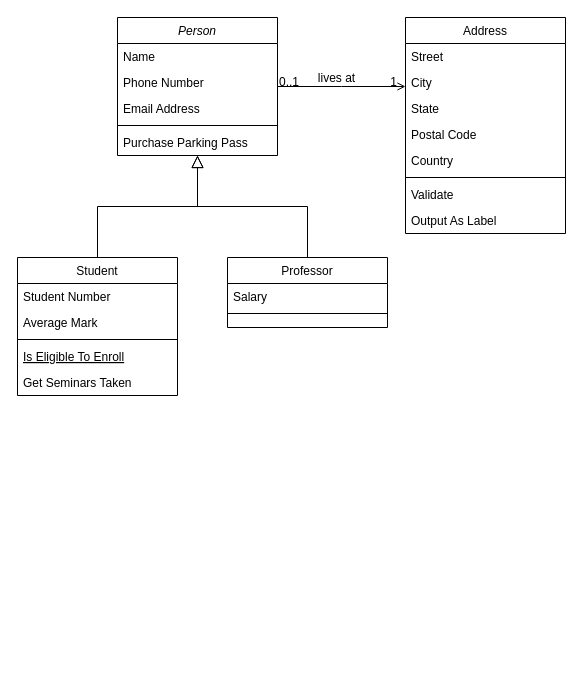
Above: royalrumbet.drawio in maneran/royal-rumbet (draw.io), before the change. Source tidied: cells renumbered, new cells numbered last; positions are measured from the earlier drawing's top-left corner, leaving out a move shared by most shapes. Both pictures are drawn from the tidied source at 100%, with x=0, y=0 at pixel (17, 17).
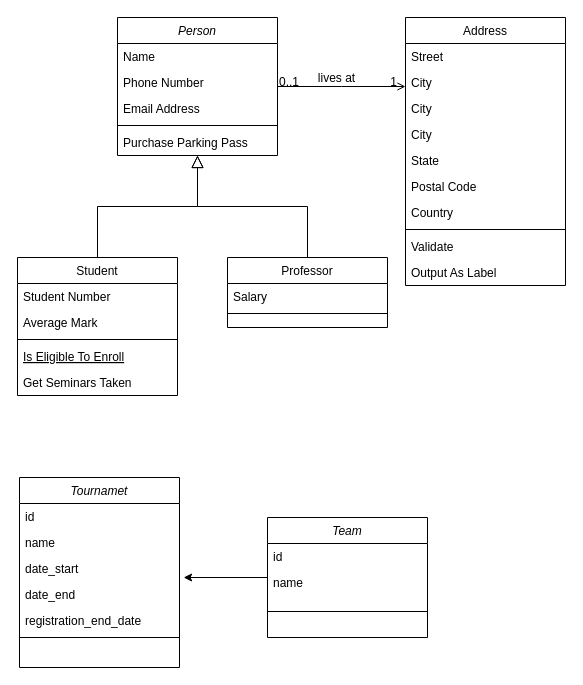
The same page after the edit.

The edit, as a diff of the source:
```diff
@@
     <mxCell id="19" value="Address" style="swimlane;fontStyle=0;align=center;verticalAlign=top;horizontal=1;startSize=26;rounded=0;shadow=0;strokeWidth=1;" parent="1" vertex="1">
-      <mxGeometry x="388" width="160" height="216" as="geometry" />
+      <mxGeometry x="388" width="160" height="268" as="geometry" />
     </mxCell>
@@
+    <mxCell id="32" value="City" style="text;align=left;verticalAlign=top;spacingLeft=4;spacingRight=4;overflow=hidden;rounded=0;shadow=0;html=0;" parent="19" vertex="1">
+      <mxGeometry y="52" width="160" height="26" as="geometry" />
+    </mxCell>
+    <mxCell id="33" value="City" style="text;align=left;verticalAlign=top;spacingLeft=4;spacingRight=4;overflow=hidden;rounded=0;shadow=0;html=0;" parent="19" vertex="1">
+      <mxGeometry y="78" width="160" height="26" as="geometry" />
+    </mxCell>
     <mxCell id="21" value="City" style="text;align=left;verticalAlign=top;spacingLeft=4;spacingRight=4;overflow=hidden;rounded=0;shadow=0;html=0;" parent="19" vertex="1">
-      <mxGeometry y="52" width="160" height="26" as="geometry" />
+      <mxGeometry y="104" width="160" height="26" as="geometry" />
     </mxCell>
     <mxCell id="22" value="State" style="text;align=left;verticalAlign=top;spacingLeft=4;spacingRight=4;overflow=hidden;rounded=0;shadow=0;html=0;" parent="19" vertex="1">
-      <mxGeometry y="78" width="160" height="26" as="geometry" />
+      <mxGeometry y="130" width="160" height="26" as="geometry" />
     </mxCell>
     <mxCell id="23" value="Postal Code" style="text;align=left;verticalAlign=top;spacingLeft=4;spacingRight=4;overflow=hidden;rounded=0;shadow=0;html=0;" parent="19" vertex="1">
-      <mxGeometry y="104" width="160" height="26" as="geometry" />
+      <mxGeometry y="156" width="160" height="26" as="geometry" />
     </mxCell>
     <mxCell id="24" value="Country" style="text;align=left;verticalAlign=top;spacingLeft=4;spacingRight=4;overflow=hidden;rounded=0;shadow=0;html=0;" parent="19" vertex="1">
-      <mxGeometry y="130" width="160" height="26" as="geometry" />
+      <mxGeometry y="182" width="160" height="26" as="geometry" />
     </mxCell>
     <mxCell id="25" style="line;html=1;strokeWidth=1;align=left;verticalAlign=middle;spacingTop=-1;spacingLeft=3;spacingRight=3;labelPosition=right;" parent="19" vertex="1">
-      <mxGeometry y="156" width="160" height="8" as="geometry" />
+      <mxGeometry y="208" width="160" height="8" as="geometry" />
     </mxCell>
     <mxCell id="26" value="Validate" style="text;align=left;verticalAlign=top;spacingLeft=4;spacingRight=4;overflow=hidden;" parent="19" vertex="1">
-      <mxGeometry y="164" width="160" height="26" as="geometry" />
+      <mxGeometry y="216" width="160" height="26" as="geometry" />
     </mxCell>
     <mxCell id="27" value="Output As Label" style="text;align=left;verticalAlign=top;spacingLeft=4;spacingRight=4;overflow=hidden;" parent="19" vertex="1">
-      <mxGeometry y="190" width="160" height="26" as="geometry" />
+      <mxGeometry y="242" width="160" height="26" as="geometry" />
     </mxCell>
@@
+    <mxCell id="34" value="Tournamet" style="swimlane;fontStyle=2;align=center;verticalAlign=top;horizontal=1;startSize=26;rounded=0;shadow=0;strokeWidth=1;" parent="1" vertex="1">
+      <mxGeometry x="2" y="460" width="160" height="190" as="geometry" />
+    </mxCell>
+    <mxCell id="35" value="id" style="text;align=left;verticalAlign=top;spacingLeft=4;spacingRight=4;overflow=hidden;" parent="34" vertex="1">
+      <mxGeometry y="26" width="160" height="26" as="geometry" />
+    </mxCell>
+    <mxCell id="36" value="name" style="text;align=left;verticalAlign=top;spacingLeft=4;spacingRight=4;overflow=hidden;rounded=0;shadow=0;html=0;" parent="34" vertex="1">
+      <mxGeometry y="52" width="160" height="26" as="geometry" />
+    </mxCell>
+    <mxCell id="37" value="date_start" style="text;align=left;verticalAlign=top;spacingLeft=4;spacingRight=4;overflow=hidden;rounded=0;shadow=0;html=0;" parent="34" vertex="1">
+      <mxGeometry y="78" width="160" height="26" as="geometry" />
+    </mxCell>
+    <mxCell id="38" value="date_end" style="text;align=left;verticalAlign=top;spacingLeft=4;spacingRight=4;overflow=hidden;points=[[0,0.5],[1,0.5]];portConstraint=eastwest;rounded=0;shadow=0;html=0;" parent="34" vertex="1">
+      <mxGeometry y="104" width="160" height="26" as="geometry" />
+    </mxCell>
+    <mxCell id="39" value="registration_end_date&#10;" style="text;align=left;verticalAlign=top;spacingLeft=4;spacingRight=4;overflow=hidden;rounded=0;shadow=0;html=0;" parent="34" vertex="1">
+      <mxGeometry y="130" width="160" height="26" as="geometry" />
+    </mxCell>
+    <mxCell id="40" style="line;html=1;strokeWidth=1;align=left;verticalAlign=middle;spacingTop=-1;spacingLeft=3;spacingRight=3;labelPosition=right;" parent="34" vertex="1">
+      <mxGeometry y="156" width="160" height="8" as="geometry" />
+    </mxCell>
+    <mxCell id="41" style="edgeStyle=orthogonalEdgeStyle;rounded=0;jettySize=auto;html=1;entryX=1.026;entryY=-0.154;entryDx=0;entryDy=0;entryPerimeter=0;" parent="1" edge="1" source="42" target="38">
+      <mxGeometry relative="1" as="geometry" />
+    </mxCell>
+    <mxCell id="42" value="Team" style="swimlane;fontStyle=2;align=center;verticalAlign=top;horizontal=1;startSize=26;rounded=0;shadow=0;strokeWidth=1;" parent="1" vertex="1">
+      <mxGeometry x="250" y="500" width="160" height="120" as="geometry" />
+    </mxCell>
+    <mxCell id="43" value="id" style="text;align=left;verticalAlign=top;spacingLeft=4;spacingRight=4;overflow=hidden;" parent="42" vertex="1">
+      <mxGeometry y="26" width="160" height="26" as="geometry" />
+    </mxCell>
+    <mxCell id="44" value="name" style="text;align=left;verticalAlign=top;spacingLeft=4;spacingRight=4;overflow=hidden;rounded=0;shadow=0;html=0;" parent="42" vertex="1">
+      <mxGeometry y="52" width="160" height="26" as="geometry" />
+    </mxCell>
+    <mxCell id="45" style="line;html=1;strokeWidth=1;align=left;verticalAlign=middle;spacingTop=-1;spacingLeft=3;spacingRight=3;labelPosition=right;" parent="42" vertex="1">
+      <mxGeometry y="78" width="160" height="32" as="geometry" />
+    </mxCell>
```
